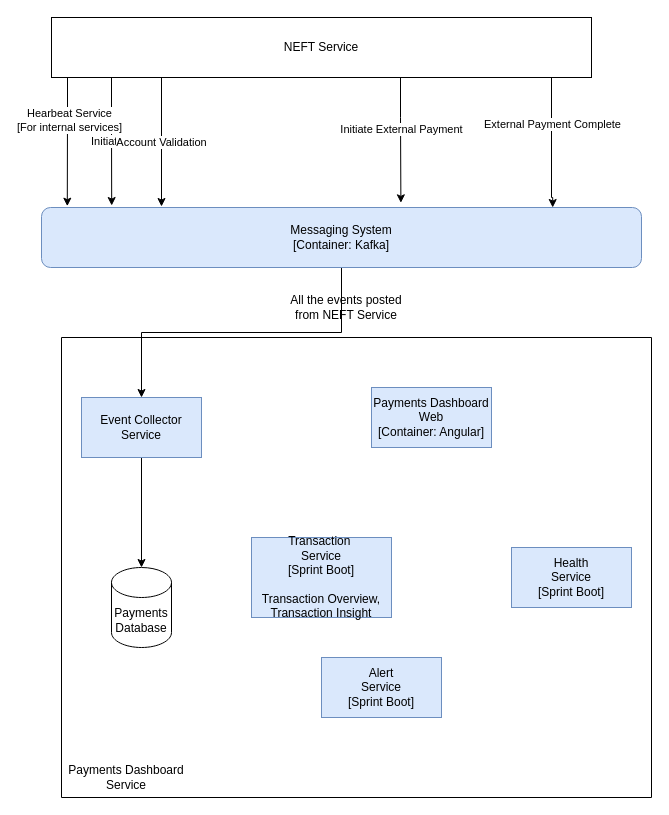
This is Payments Dashboard Component Diagram.drawio from dinesh-i/payment-business-dashboard, a draw.io file, before an edit. Source tidied: cells renumbered, new cells numbered last; positions are measured from the earlier drawing's top-left corner, leaving out a move shared by most shapes. Both pictures are drawn from the tidied source at 100%, with x=0, y=0 at pixel (41, 17).
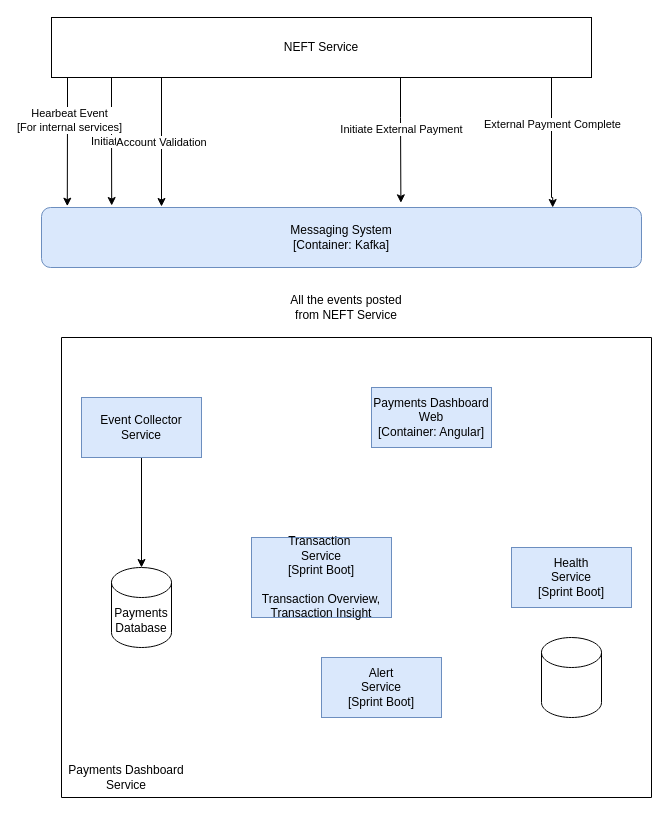
Above is the later version.

Unchanged cells that the change refers to:
```xml
<mxCell id="8" style="edgeStyle=orthogonalEdgeStyle;rounded=0;jettySize=auto;html=1;entryX=0.043;entryY=-0.022;entryDx=0;entryDy=0;entryPerimeter=0;" parent="1" edge="1" source="10" target="12">
  <mxGeometry relative="1" as="geometry">
    <Array as="points">
      <mxPoint x="26" y="90" />
      <mxPoint x="26" y="90" />
    </Array>
  </mxGeometry>
</mxCell>
<mxCell id="12" value="Messaging System&lt;br&gt;[Container: Kafka]" style="rounded=1;whiteSpace=wrap;html=1;fillColor=#dae8fc;strokeColor=#6c8ebf;" parent="1" vertex="1">
  <mxGeometry y="190" width="600" height="60" as="geometry" />
</mxCell>
<mxCell id="13" style="swimlane;startSize=0;" parent="1" vertex="1">
  <mxGeometry x="20" y="320" width="590" height="460" as="geometry" />
</mxCell>
<mxCell id="15" value="Event Collector Service" style="rounded=0;whiteSpace=wrap;html=1;fillColor=#dae8fc;strokeColor=#6c8ebf;" parent="13" vertex="1">
  <mxGeometry x="20" y="60" width="120" height="60" as="geometry" />
</mxCell>
```

What changed in the source:
```diff
@@
-    <mxCell id="9" value="Hearbeat Service&lt;br&gt;[For internal services]" style="edgeLabel;html=1;align=center;verticalAlign=middle;" parent="8" vertex="1">
+    <mxCell id="9" value="Hearbeat Event&lt;br&gt;[For internal services]" style="edgeLabel;html=1;align=center;verticalAlign=middle;" parent="8" vertex="1">
       <mxGeometry x="-0.35" y="2" relative="1" as="geometry" />
     </mxCell>
@@
-    <mxCell id="11" style="edgeStyle=orthogonalEdgeStyle;rounded=0;jettySize=auto;html=1;" parent="1" edge="1" source="12" target="15">
-      <mxGeometry relative="1" as="geometry" />
-    </mxCell>
@@
+    <mxCell id="23" style="shape=cylinder3;whiteSpace=wrap;html=1;boundedLbl=1;backgroundOutline=1;size=15;" parent="13" vertex="1">
+      <mxGeometry x="480" y="300" width="60" height="80" as="geometry" />
+    </mxCell>
```
